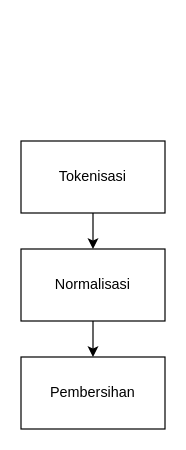
Above: pre-processing.drawio in jezreelkosasih/diagram (draw.io), before the change. Source tidied: cells renumbered, new cells numbered last; positions are measured from the earlier drawing's top-left corner, leaving out a move shared by most shapes. Both pictures are drawn from the tidied source at 120%, with x=0, y=0 at pixel (20, 140).
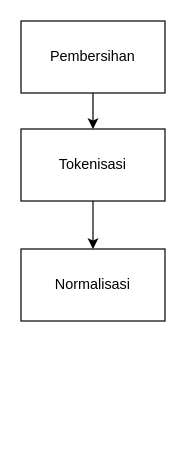
The same diagram, later.

Change to the diagram source:
```diff
@@
 <mxGraphModel>
   <root>
     <mxCell id="0" />
     <mxCell id="1" parent="0" />
     <mxCell id="2" style="edgeStyle=orthogonalEdgeStyle;rounded=0;jettySize=auto;html=1;" parent="1" edge="1" source="3" target="5">
       <mxGeometry relative="1" as="geometry" />
     </mxCell>
     <mxCell id="3" value="Tokenisasi" style="rounded=0;whiteSpace=wrap;html=1;" parent="1" vertex="1">
-      <mxGeometry width="120" height="60" as="geometry" />
+      <mxGeometry y="-10" width="120" height="60" as="geometry" />
     </mxCell>
-    <mxCell id="4" style="edgeStyle=orthogonalEdgeStyle;rounded=0;jettySize=auto;html=1;" parent="1" edge="1" source="5" target="6">
-      <mxGeometry relative="1" as="geometry" />
-    </mxCell>
     <mxCell id="5" value="Normalisasi" style="rounded=0;whiteSpace=wrap;html=1;" parent="1" vertex="1">
       <mxGeometry y="90" width="120" height="60" as="geometry" />
     </mxCell>
+    <mxCell id="7" style="edgeStyle=orthogonalEdgeStyle;rounded=0;jettySize=auto;html=1;" parent="1" edge="1" source="6" target="3">
+      <mxGeometry relative="1" as="geometry" />
+    </mxCell>
     <mxCell id="6" value="Pembersihan" style="rounded=0;whiteSpace=wrap;html=1;" parent="1" vertex="1">
-      <mxGeometry y="180" width="120" height="60" as="geometry" />
+      <mxGeometry y="-100" width="120" height="60" as="geometry" />
     </mxCell>
   </root>
 </mxGraphModel>
```
